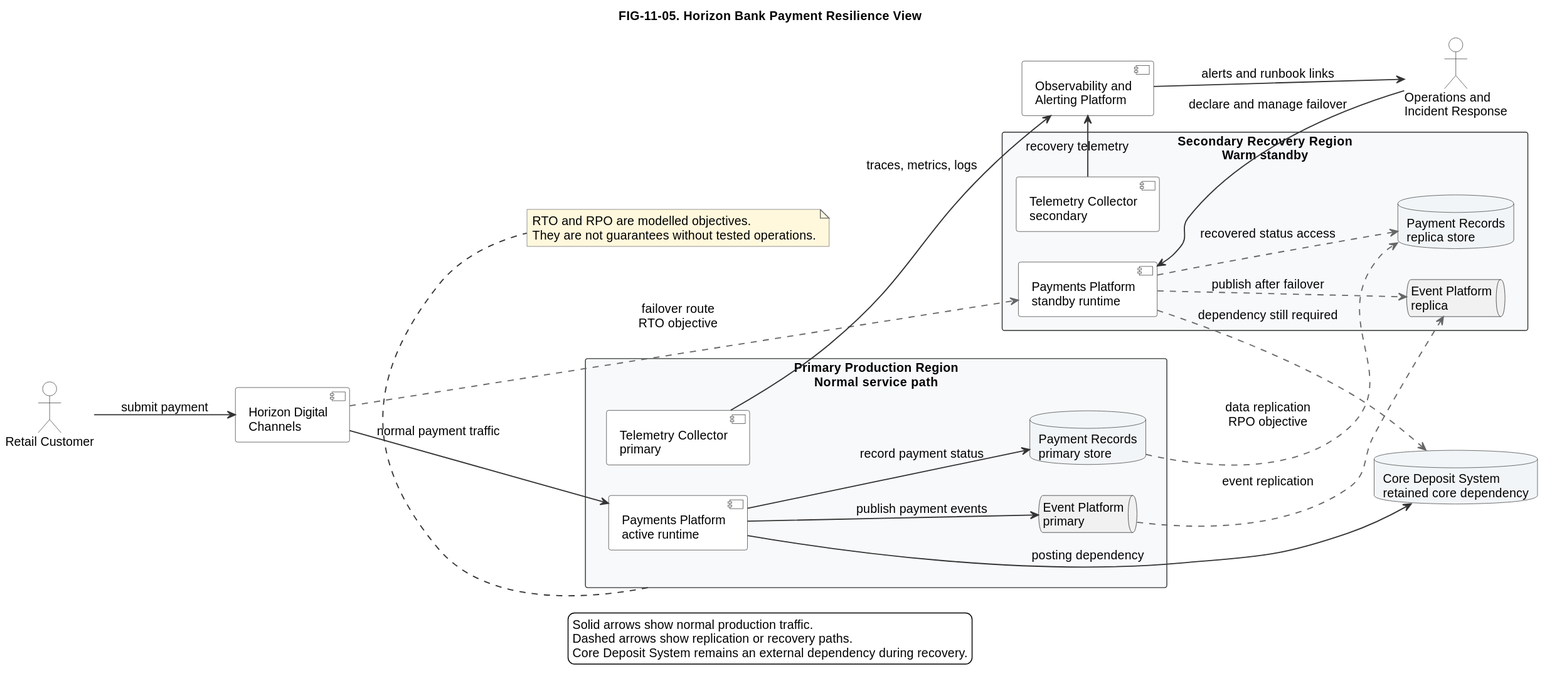
Earlier version of the PlantUML export diagrams/exported/svg/FIG-11-05-horizon-bank-payment-resilience-view.svg (nishikanttiwari01/Architecture_Modelling). Its diagram source:
```plantuml
@startuml
!include ../../styles/plantuml-theme.puml

left to right direction
title FIG-11-05. Horizon Bank Payment Resilience View

skinparam rectangle {
  BorderColor #333333
  BackgroundColor #F7F9FB
}
skinparam component {
  BorderColor #333333
  BackgroundColor #FFFFFF
}
skinparam ArrowThickness 1.3

actor "Retail Customer" as Customer
component "Horizon Digital\nChannels" as Channels

rectangle "Primary Production Region\nNormal service path" as Primary {
  component "Payments Platform\nactive runtime" as PrimaryPayments
  database "Payment Records\nprimary store" as PrimaryStore
  queue "Event Platform\nprimary" as PrimaryEvents
  component "Telemetry Collector\nprimary" as PrimaryTelemetry
}

rectangle "Secondary Recovery Region\nWarm standby" as Secondary {
  component "Payments Platform\nstandby runtime" as SecondaryPayments
  database "Payment Records\nreplica store" as SecondaryStore
  queue "Event Platform\nreplica" as SecondaryEvents
  component "Telemetry Collector\nsecondary" as SecondaryTelemetry
}

database "Core Deposit System\nretained core dependency" as CoreDeposit
component "Observability and\nAlerting Platform" as Observability
actor "Operations and\nIncident Response" as Ops

Customer --> Channels : submit payment
Channels --> PrimaryPayments : normal payment traffic
PrimaryPayments --> PrimaryStore : record payment status
PrimaryPayments --> PrimaryEvents : publish payment events
PrimaryPayments --> CoreDeposit : posting dependency

PrimaryStore -[#666666,dashed]-> SecondaryStore : data replication\nRPO objective
PrimaryEvents -[#666666,dashed]-> SecondaryEvents : event replication
Channels -[#666666,dashed]-> SecondaryPayments : failover route\nRTO objective
SecondaryPayments -[#666666,dashed]-> SecondaryStore : recovered status access
SecondaryPayments -[#666666,dashed]-> SecondaryEvents : publish after failover
SecondaryPayments -[#666666,dashed]-> CoreDeposit : dependency still required

PrimaryTelemetry --> Observability : traces, metrics, logs
SecondaryTelemetry --> Observability : recovery telemetry
Observability --> Ops : alerts and runbook links
Ops --> SecondaryPayments : declare and manage failover

note bottom of Primary
RTO and RPO are modelled objectives.
They are not guarantees without tested operations.
end note

legend bottom
Solid arrows show normal production traffic.
Dashed arrows show replication or recovery paths.
Core Deposit System remains an external dependency during recovery.
endlegend
@enduml
```
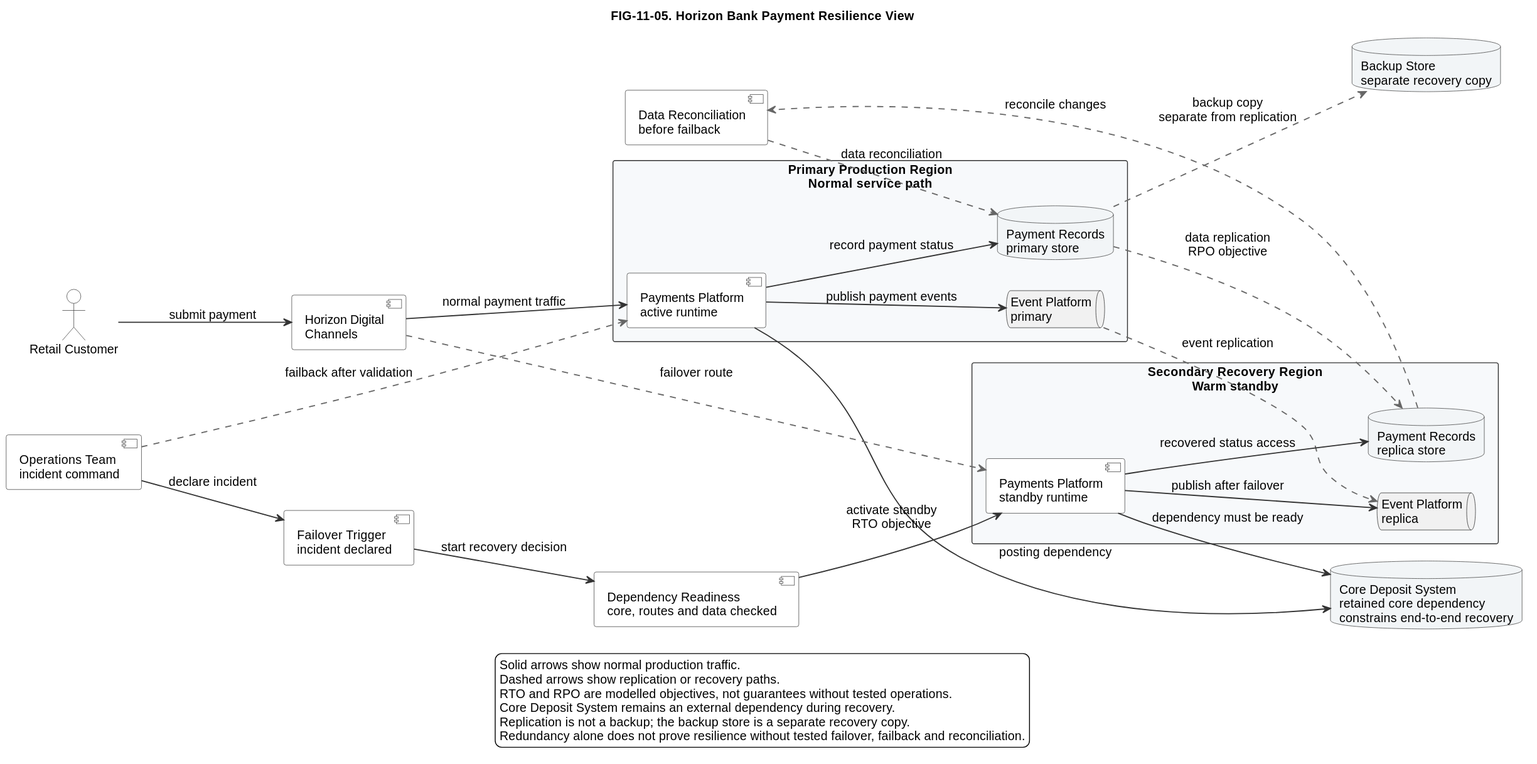
The same file after the commit.

Change to the diagram source:
```diff
@@ -21,19 +21,20 @@
   component "Payments Platform\nactive runtime" as PrimaryPayments
   database "Payment Records\nprimary store" as PrimaryStore
   queue "Event Platform\nprimary" as PrimaryEvents
-  component "Telemetry Collector\nprimary" as PrimaryTelemetry
 }
 
 rectangle "Secondary Recovery Region\nWarm standby" as Secondary {
   component "Payments Platform\nstandby runtime" as SecondaryPayments
   database "Payment Records\nreplica store" as SecondaryStore
   queue "Event Platform\nreplica" as SecondaryEvents
-  component "Telemetry Collector\nsecondary" as SecondaryTelemetry
 }
 
-database "Core Deposit System\nretained core dependency" as CoreDeposit
-component "Observability and\nAlerting Platform" as Observability
-actor "Operations and\nIncident Response" as Ops
+database "Core Deposit System\nretained core dependency\nconstrains end-to-end recovery" as CoreDeposit
+database "Backup Store\nseparate recovery copy" as BackupStore
+component "Operations Team\nincident command" as Ops
+component "Failover Trigger\nincident declared" as Trigger
+component "Dependency Readiness\ncore, routes and data checked" as Readiness
+component "Data Reconciliation\nbefore failback" as Reconciliation
 
 Customer --> Channels : submit payment
 Channels --> PrimaryPayments : normal payment traffic
@@ -43,24 +44,25 @@
 
 PrimaryStore -[#666666,dashed]-> SecondaryStore : data replication\nRPO objective
 PrimaryEvents -[#666666,dashed]-> SecondaryEvents : event replication
-Channels -[#666666,dashed]-> SecondaryPayments : failover route\nRTO objective
-SecondaryPayments -[#666666,dashed]-> SecondaryStore : recovered status access
-SecondaryPayments -[#666666,dashed]-> SecondaryEvents : publish after failover
-SecondaryPayments -[#666666,dashed]-> CoreDeposit : dependency still required
+PrimaryStore -[#666666,dashed]-> BackupStore : backup copy\nseparate from replication
 
-PrimaryTelemetry --> Observability : traces, metrics, logs
-SecondaryTelemetry --> Observability : recovery telemetry
-Observability --> Ops : alerts and runbook links
-Ops --> SecondaryPayments : declare and manage failover
-
-note bottom of Primary
-RTO and RPO are modelled objectives.
-They are not guarantees without tested operations.
-end note
+Ops --> Trigger : declare incident
+Trigger --> Readiness : start recovery decision
+Readiness --> SecondaryPayments : activate standby\nRTO objective
+Channels -[#666666,dashed]-> SecondaryPayments : failover route
+SecondaryPayments --> SecondaryStore : recovered status access
+SecondaryPayments --> SecondaryEvents : publish after failover
+SecondaryPayments --> CoreDeposit : dependency must be ready
+SecondaryStore -[#666666,dashed]-> Reconciliation : reconcile changes
+Reconciliation -[#666666,dashed]-> PrimaryStore : data reconciliation
+Ops -[#666666,dashed]-> PrimaryPayments : failback after validation
 
 legend bottom
 Solid arrows show normal production traffic.
 Dashed arrows show replication or recovery paths.
+RTO and RPO are modelled objectives, not guarantees without tested operations.
 Core Deposit System remains an external dependency during recovery.
+Replication is not a backup; the backup store is a separate recovery copy.
+Redundancy alone does not prove resilience without tested failover, failback and reconciliation.
 endlegend
 @enduml
```
